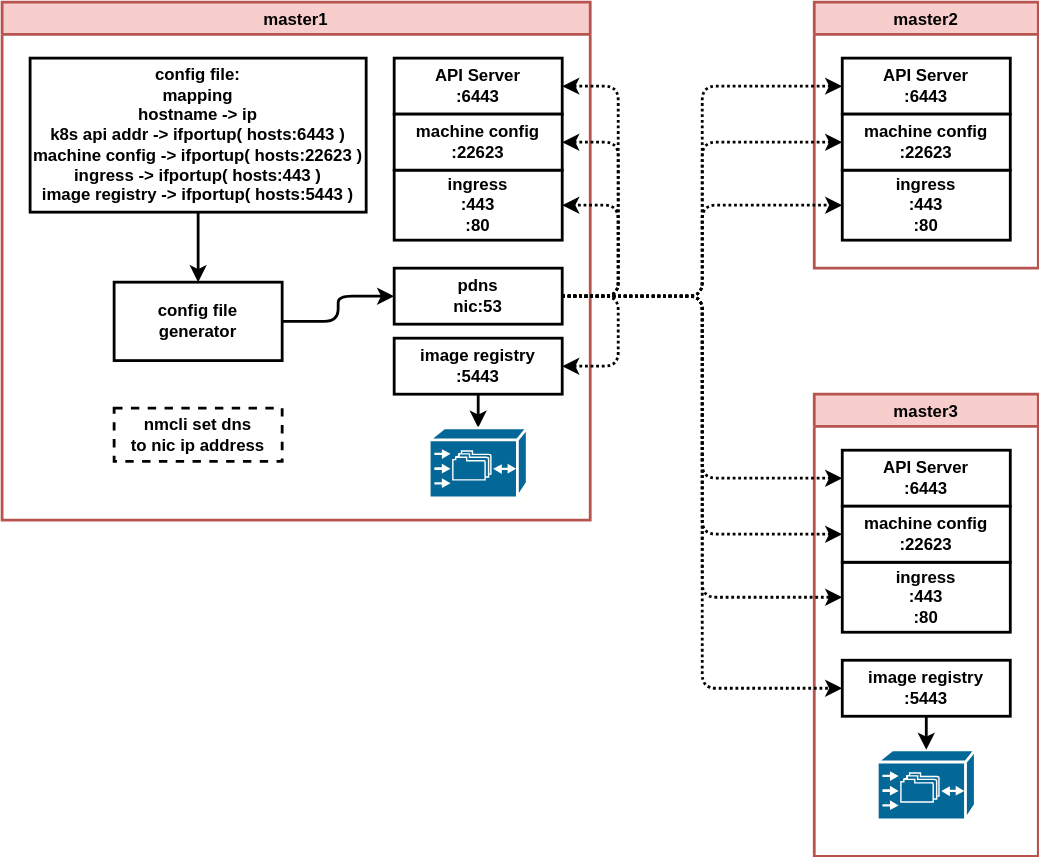
Before: redhat/ocp4/4.10/dia/4.10.embed.dns.haproxy.registry.drawio.svg, a diagram exported from draw.io (wangzheng422/docker_env). Source tidied: cells renumbered, new cells last; positions are measured from the earlier drawing's top-left corner, leaving out a move shared by most shapes.
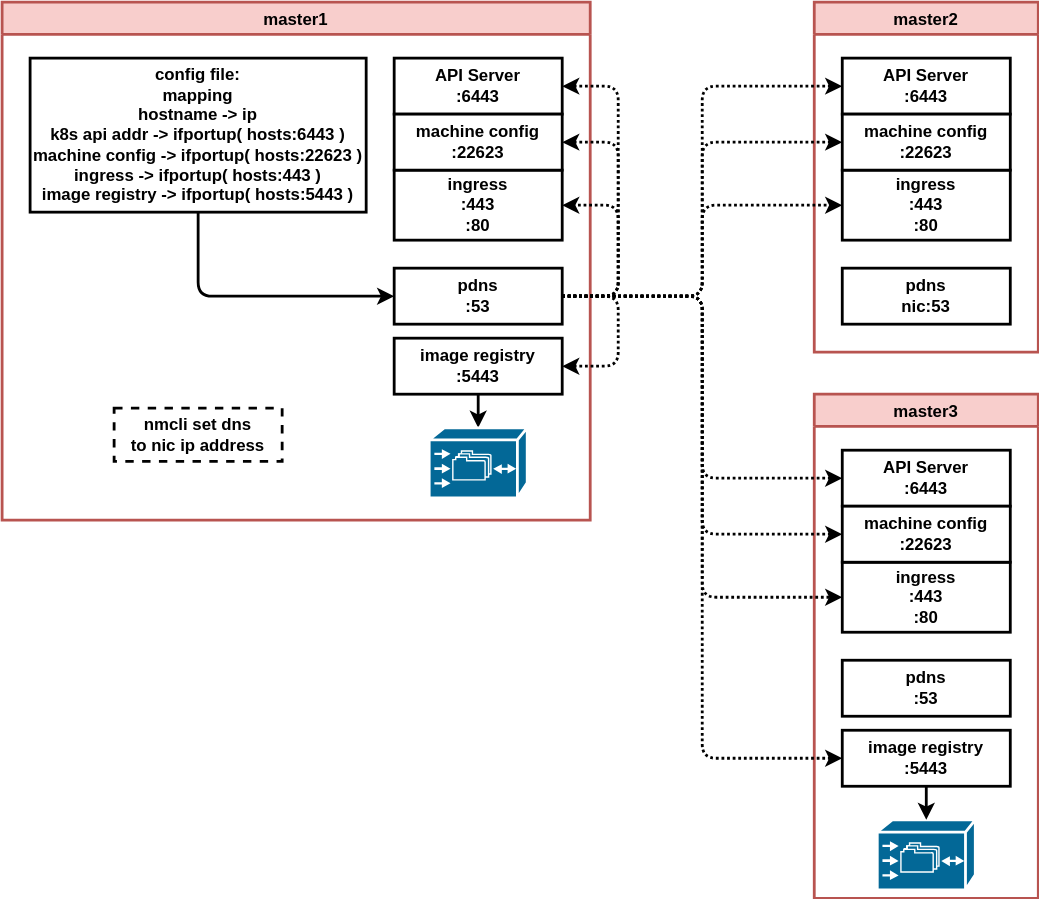
Above is the later version.

The edit, as a diff of the source:
```diff
@@ -30,7 +30,7 @@
         </Array>
       </mxGeometry>
     </mxCell>
-    <mxCell id="8" value="&lt;b&gt;pdns&lt;br&gt;nic:53&lt;br&gt;&lt;/b&gt;" style="rounded=0;whiteSpace=wrap;html=1;strokeWidth=2;" parent="2" vertex="1">
+    <mxCell id="8" value="&lt;b&gt;pdns&lt;br&gt;:53&lt;br&gt;&lt;/b&gt;" style="rounded=0;whiteSpace=wrap;html=1;strokeWidth=2;" parent="2" vertex="1">
       <mxGeometry x="280" y="190" width="120" height="40" as="geometry" />
     </mxCell>
     <mxCell id="9" style="edgeStyle=orthogonalEdgeStyle;html=1;strokeWidth=2;" parent="2" edge="1" source="10" target="16">
@@ -39,21 +39,15 @@
     <mxCell id="10" value="&lt;b&gt;image registry&lt;br&gt;:5443&lt;br&gt;&lt;/b&gt;" style="rounded=0;whiteSpace=wrap;html=1;strokeWidth=2;" parent="2" vertex="1">
       <mxGeometry x="280" y="240" width="120" height="40" as="geometry" />
     </mxCell>
-    <mxCell id="11" style="edgeStyle=none;html=1;strokeWidth=2;" parent="2" edge="1" source="12" target="15">
-      <mxGeometry relative="1" as="geometry" />
-    </mxCell>
     <mxCell id="12" value="&lt;b&gt;config file: &lt;br&gt;mapping&lt;br&gt;hostname -&amp;gt; ip&lt;br&gt;&lt;/b&gt;&lt;b&gt;k8s api addr -&amp;gt; ifportup( hosts:6443 )&lt;br&gt;&lt;/b&gt;&lt;b&gt;machine config -&amp;gt; ifportup( hosts:22623 )&lt;br&gt;ingress -&amp;gt; ifportup( hosts:443 )&lt;br&gt;image registry -&amp;gt; ifportup( hosts:5443 )&lt;br&gt;&lt;/b&gt;" style="rounded=0;whiteSpace=wrap;html=1;strokeWidth=2;" parent="2" vertex="1">
       <mxGeometry x="20" y="40" width="240" height="110" as="geometry" />
     </mxCell>
     <mxCell id="13" value="&lt;b&gt;nmcli set dns&lt;br&gt;to nic ip address&lt;br&gt;&lt;/b&gt;" style="rounded=0;whiteSpace=wrap;html=1;strokeWidth=2;dashed=1;" parent="2" vertex="1">
       <mxGeometry x="80" y="290" width="120" height="38" as="geometry" />
     </mxCell>
-    <mxCell id="14" style="edgeStyle=orthogonalEdgeStyle;html=1;entryX=0;entryY=0.5;entryDx=0;entryDy=0;strokeWidth=2;" parent="2" edge="1" source="15" target="8">
+    <mxCell id="14" style="edgeStyle=orthogonalEdgeStyle;html=1;entryX=0;entryY=0.5;entryDx=0;entryDy=0;strokeWidth=2;exitX=0.5;exitY=1;exitDx=0;exitDy=0;startArrow=none;" parent="2" edge="1" source="12" target="8">
       <mxGeometry relative="1" as="geometry" />
     </mxCell>
-    <mxCell id="15" value="&lt;b&gt;config file&lt;br&gt;generator&lt;br&gt;&lt;/b&gt;" style="rounded=0;whiteSpace=wrap;html=1;strokeWidth=2;" parent="2" vertex="1">
-      <mxGeometry x="80" y="200" width="120" height="56" as="geometry" />
-    </mxCell>
     <mxCell id="16" style="shape=mxgraph.cisco.storage.cisco_file_engine;html=1;dashed=0;fillColor=#036897;strokeColor=#ffffff;strokeWidth=2;verticalLabelPosition=bottom;verticalAlign=top;align=center;outlineConnect=0;" parent="2" vertex="1">
       <mxGeometry x="305" y="304" width="70" height="50" as="geometry" />
     </mxCell>
@@ -74,7 +68,7 @@
       </mxGeometry>
     </mxCell>
     <mxCell id="19" value="master2" style="swimlane;strokeWidth=2;fillColor=#f8cecc;strokeColor=#b85450;" parent="1" vertex="1">
-      <mxGeometry x="580" width="160" height="190" as="geometry" />
+      <mxGeometry x="580" width="160" height="250" as="geometry" />
     </mxCell>
     <mxCell id="20" value="API Server&lt;br&gt;:6443" style="rounded=0;whiteSpace=wrap;html=1;strokeWidth=2;fontStyle=1;" parent="19" vertex="1">
       <mxGeometry x="20" y="40" width="120" height="40" as="geometry" />
@@ -85,8 +79,11 @@
     <mxCell id="22" value="machine config&lt;br&gt;:22623" style="rounded=0;whiteSpace=wrap;html=1;strokeWidth=2;fontStyle=1;" parent="19" vertex="1">
       <mxGeometry x="20" y="80" width="120" height="40" as="geometry" />
     </mxCell>
+    <mxCell id="37" value="&lt;b&gt;pdns&lt;br&gt;nic:53&lt;br&gt;&lt;/b&gt;" style="rounded=0;whiteSpace=wrap;html=1;strokeWidth=2;" parent="19" vertex="1">
+      <mxGeometry x="20" y="190" width="120" height="40" as="geometry" />
+    </mxCell>
     <mxCell id="23" value="master3" style="swimlane;strokeWidth=2;fillColor=#f8cecc;strokeColor=#b85450;" parent="1" vertex="1">
-      <mxGeometry x="580" y="280" width="160" height="330" as="geometry" />
+      <mxGeometry x="580" y="280" width="160" height="360" as="geometry" />
     </mxCell>
     <mxCell id="24" value="API Server&lt;br&gt;:6443" style="rounded=0;whiteSpace=wrap;html=1;strokeWidth=2;fontStyle=1;" parent="23" vertex="1">
       <mxGeometry x="20" y="40" width="120" height="40" as="geometry" />
@@ -98,14 +95,17 @@
       <mxGeometry x="20" y="80" width="120" height="40" as="geometry" />
     </mxCell>
     <mxCell id="27" value="&lt;b&gt;image registry&lt;br&gt;:5443&lt;br&gt;&lt;/b&gt;" style="rounded=0;whiteSpace=wrap;html=1;strokeWidth=2;" parent="23" vertex="1">
-      <mxGeometry x="20" y="190" width="120" height="40" as="geometry" />
+      <mxGeometry x="20" y="240" width="120" height="40" as="geometry" />
     </mxCell>
     <mxCell id="28" style="shape=mxgraph.cisco.storage.cisco_file_engine;html=1;dashed=0;fillColor=#036897;strokeColor=#ffffff;strokeWidth=2;verticalLabelPosition=bottom;verticalAlign=top;align=center;outlineConnect=0;" parent="23" vertex="1">
-      <mxGeometry x="45" y="254" width="70" height="50" as="geometry" />
+      <mxGeometry x="45" y="304" width="70" height="50" as="geometry" />
     </mxCell>
     <mxCell id="29" style="edgeStyle=orthogonalEdgeStyle;html=1;strokeWidth=2;" parent="23" edge="1" source="27" target="28">
       <mxGeometry relative="1" as="geometry" />
     </mxCell>
+    <mxCell id="38" value="&lt;b&gt;pdns&lt;br&gt;:53&lt;br&gt;&lt;/b&gt;" style="rounded=0;whiteSpace=wrap;html=1;strokeWidth=2;" parent="23" vertex="1">
+      <mxGeometry x="20" y="190" width="120" height="40" as="geometry" />
+    </mxCell>
     <mxCell id="30" style="edgeStyle=orthogonalEdgeStyle;html=1;entryX=0;entryY=0.5;entryDx=0;entryDy=0;dashed=1;dashPattern=1 1;strokeWidth=2;" parent="1" edge="1" source="8" target="20">
       <mxGeometry relative="1" as="geometry" />
     </mxCell>
```
